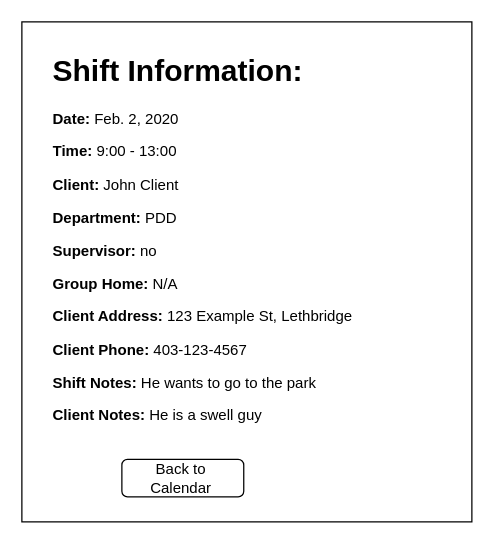
Harlento/SchedulingSystem keeps this draw.io diagram as page "Shift Details" (3 of 3) of Diagrams/Outputs/Worker View Mockup.drawio. Above is the earlier version. Source tidied: cells renumbered, new cells numbered last; positions are measured from the earlier drawing's top-left corner, leaving out a move shared by most shapes. Both pictures are drawn from the tidied source at 125%, with x=0, y=0 at pixel (21, 21).
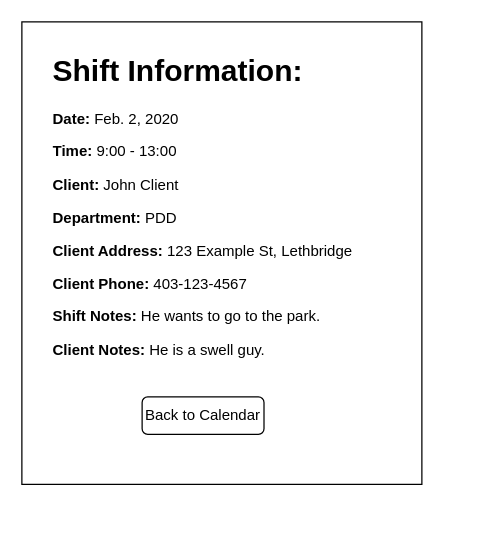
After the change.

Change to the diagram source:
```diff
@@
 <mxGraphModel>
   <root>
     <mxCell id="0" />
     <mxCell id="1" parent="0" />
     <mxCell id="2" style="rounded=0;whiteSpace=wrap;html=1;" parent="1" vertex="1">
-      <mxGeometry width="360" height="400" as="geometry" />
+      <mxGeometry width="320" height="370" as="geometry" />
     </mxCell>
-    <mxCell id="3" value="&lt;h1&gt;Shift Information:&lt;/h1&gt;&lt;p&gt;&lt;b&gt;Date:&lt;/b&gt; Feb. 2, 2020&lt;/p&gt;&lt;p&gt;&lt;b&gt;Time:&lt;/b&gt; 9:00 - 13:00&lt;/p&gt;&lt;p&gt;&lt;b&gt;Client:&lt;/b&gt; John Client&lt;/p&gt;&lt;p&gt;&lt;b&gt;Department:&lt;/b&gt; PDD&lt;/p&gt;&lt;p&gt;&lt;b&gt;Supervisor:&lt;/b&gt; no&lt;/p&gt;&lt;p&gt;&lt;b&gt;Group Home:&lt;/b&gt; N/A&lt;/p&gt;&lt;p&gt;&lt;b&gt;Client Address:&lt;/b&gt; 123 Example St, Lethbridge&lt;/p&gt;&lt;p&gt;&lt;b&gt;Client Phone:&lt;/b&gt; 403-123-4567&lt;/p&gt;&lt;p&gt;&lt;b&gt;Shift Notes: &lt;/b&gt;He wants to go to the park&lt;/p&gt;&lt;p&gt;&lt;b&gt;Client Notes:&lt;/b&gt; He is a swell guy&lt;/p&gt;&lt;p&gt;&lt;br&gt;&lt;/p&gt;" style="text;html=1;strokeColor=none;fillColor=none;spacing=5;spacingTop=-20;whiteSpace=wrap;overflow=hidden;rounded=0;" parent="1" vertex="1">
+    <mxCell id="3" value="&lt;h1&gt;Shift Information:&lt;/h1&gt;&lt;p&gt;&lt;b&gt;Date:&lt;/b&gt; Feb. 2, 2020&lt;/p&gt;&lt;p&gt;&lt;b&gt;Time:&lt;/b&gt; 9:00 - 13:00&lt;/p&gt;&lt;p&gt;&lt;b&gt;Client:&lt;/b&gt; John Client&lt;/p&gt;&lt;p&gt;&lt;b&gt;Department:&lt;/b&gt; PDD&lt;/p&gt;&lt;p&gt;&lt;b&gt;Client Address:&lt;/b&gt;&lt;span&gt; 123 Example St, Lethbridge&lt;/span&gt;&lt;br&gt;&lt;/p&gt;&lt;p&gt;&lt;b&gt;Client Phone:&lt;/b&gt; 403-123-4567&lt;/p&gt;&lt;p&gt;&lt;b&gt;Shift Notes: &lt;/b&gt;He wants to go to the park.&lt;/p&gt;&lt;p&gt;&lt;b&gt;Client Notes:&lt;/b&gt; He is a swell guy.&lt;/p&gt;&lt;p&gt;&lt;br&gt;&lt;/p&gt;" style="text;html=1;strokeColor=none;fillColor=none;spacing=5;spacingTop=-20;whiteSpace=wrap;overflow=hidden;rounded=0;" parent="1" vertex="1">
       <mxGeometry x="20" y="20" width="250" height="370" as="geometry" />
     </mxCell>
-    <mxCell id="4" style="rounded=1;whiteSpace=wrap;html=1;" parent="1" vertex="1">
-      <mxGeometry x="80" y="350" width="97.5" height="30" as="geometry" />
+    <mxCell id="4" value="&lt;span style=&quot;white-space: normal&quot;&gt;Back to Calendar&lt;/span&gt;" style="rounded=1;whiteSpace=wrap;html=1;" parent="1" vertex="1">
+      <mxGeometry x="96.2" y="300" width="97.5" height="30" as="geometry" />
     </mxCell>
-    <mxCell id="5" value="Back to Calendar" style="text;html=1;strokeColor=none;fillColor=none;align=center;verticalAlign=middle;whiteSpace=wrap;rounded=0;" parent="1" vertex="1">
-      <mxGeometry x="90" y="355" width="75" height="20" as="geometry" />
-    </mxCell>
   </root>
 </mxGraphModel>
```
